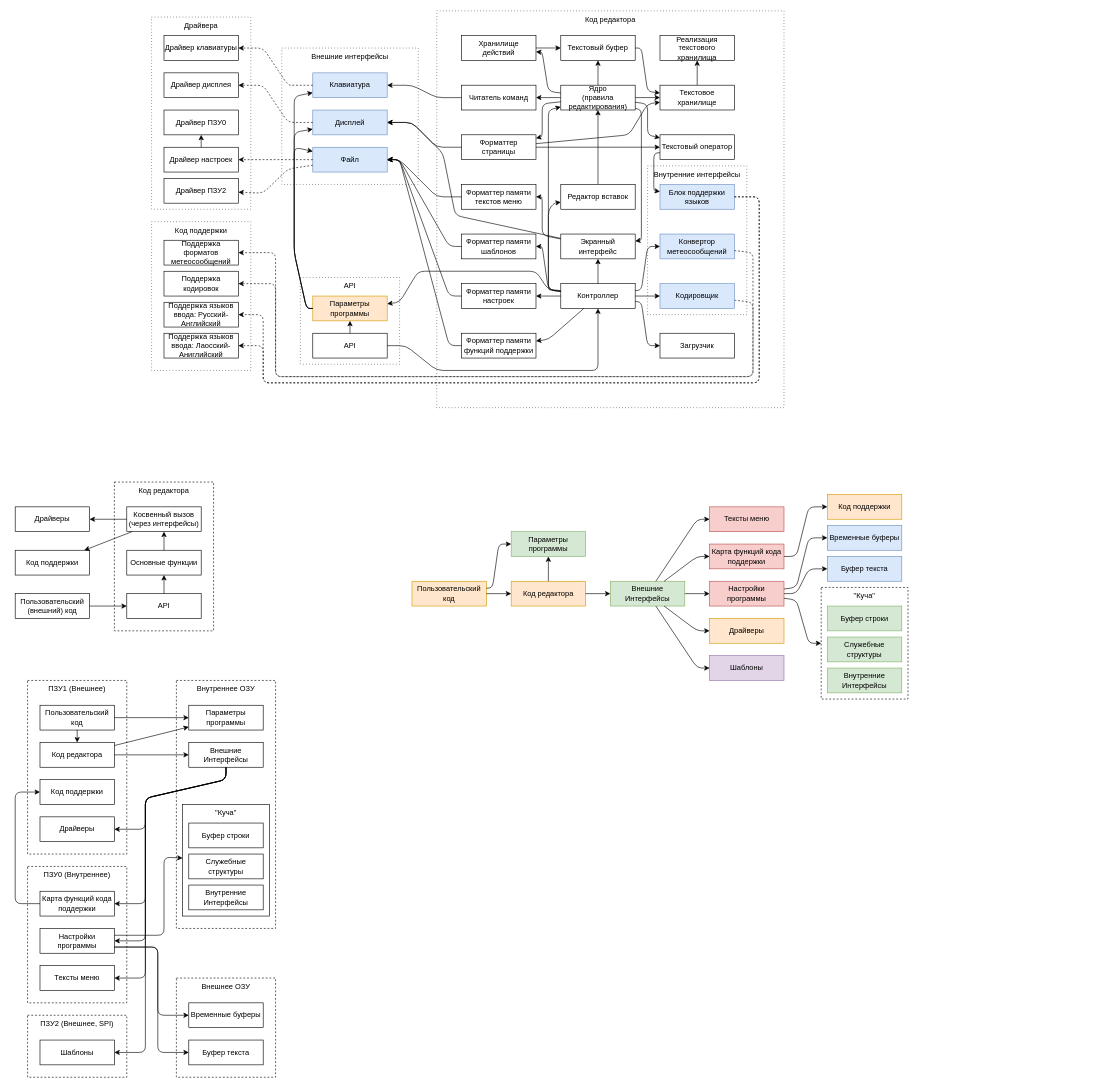
Above: page "Модули" (9 of 11) of _Doc/LPM_class_component_diagram.drawio in Teslatec/LPM_Editor (draw.io), before the change. Source tidied: cells renumbered, new cells numbered last; positions are measured from the earlier drawing's top-left corner, leaving out a move shared by most shapes. Both pictures are drawn from the tidied source at 62%, with x=0, y=0 at pixel (15, 11).
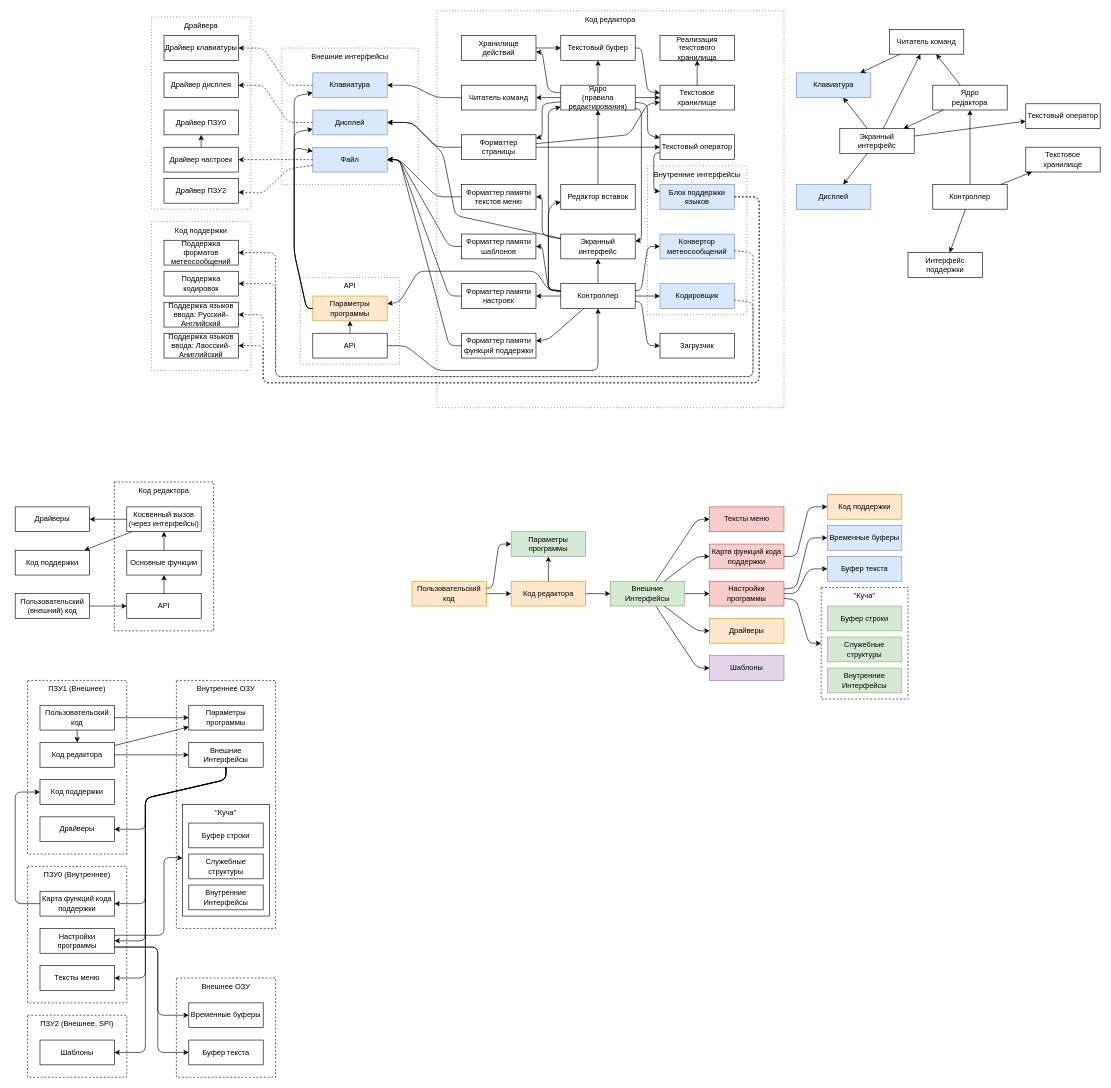
After the change.

The edit, as a diff of the source:
```diff
@@
+    <mxCell id="163" value="Текстовый оператор" style="rounded=0;whiteSpace=wrap;html=1;fontStyle=0;" parent="1" vertex="1">
+      <mxGeometry x="1630" y="149.9" width="120" height="40" as="geometry" />
+    </mxCell>
+    <mxCell id="164" value="Текстовое хранилище" style="rounded=0;whiteSpace=wrap;html=1;fontStyle=0;" parent="1" vertex="1">
+      <mxGeometry x="1630" y="219.9" width="120" height="40" as="geometry" />
+    </mxCell>
+    <mxCell id="165" value="Ядро&lt;br&gt;редактора" style="rounded=0;whiteSpace=wrap;html=1;fontStyle=0;" parent="1" vertex="1">
+      <mxGeometry x="1480" y="119.9" width="120" height="40" as="geometry" />
+    </mxCell>
+    <mxCell id="166" value="Контроллер" style="rounded=0;whiteSpace=wrap;html=1;fontStyle=0;" parent="1" vertex="1">
+      <mxGeometry x="1480" y="279.9" width="120" height="40" as="geometry" />
+    </mxCell>
+    <mxCell id="167" value="Экранный интерфейс" style="rounded=0;whiteSpace=wrap;html=1;fontStyle=0;" parent="1" vertex="1">
+      <mxGeometry x="1330" y="190" width="120" height="40" as="geometry" />
+    </mxCell>
+    <mxCell id="168" value="Интерфейс поддержки" style="rounded=0;whiteSpace=wrap;html=1;fontStyle=0;" parent="1" vertex="1">
+      <mxGeometry x="1440" y="389.9" width="120" height="40" as="geometry" />
+    </mxCell>
+    <mxCell id="169" style="endArrow=classic;html=1;" parent="1" edge="1" source="166" target="165">
+      <mxGeometry relative="1" as="geometry" />
+    </mxCell>
+    <mxCell id="170" style="endArrow=classic;html=1;" parent="1" edge="1" source="166" target="164">
+      <mxGeometry relative="1" as="geometry" />
+    </mxCell>
+    <mxCell id="171" style="endArrow=classic;html=1;" parent="1" edge="1" source="167" target="163">
+      <mxGeometry relative="1" as="geometry" />
+    </mxCell>
+    <mxCell id="172" style="endArrow=classic;html=1;" parent="1" edge="1" source="165" target="167">
+      <mxGeometry relative="1" as="geometry" />
+    </mxCell>
+    <mxCell id="173" value="Дисплей" style="rounded=0;whiteSpace=wrap;html=1;fontStyle=0;fillColor=#dae8fc;strokeColor=#6c8ebf;" parent="1" vertex="1">
+      <mxGeometry x="1260" y="280" width="120" height="40" as="geometry" />
+    </mxCell>
+    <mxCell id="174" style="endArrow=classic;html=1;" parent="1" edge="1" source="167" target="173">
+      <mxGeometry relative="1" as="geometry" />
+    </mxCell>
+    <mxCell id="175" value="Клавиатура" style="rounded=0;whiteSpace=wrap;html=1;fontStyle=0;fillColor=#dae8fc;strokeColor=#6c8ebf;" parent="1" vertex="1">
+      <mxGeometry x="1260" y="100" width="120" height="40" as="geometry" />
+    </mxCell>
+    <mxCell id="176" style="endArrow=classic;html=1;" parent="1" edge="1" source="167" target="175">
+      <mxGeometry relative="1" as="geometry" />
+    </mxCell>
+    <mxCell id="177" style="endArrow=classic;html=1;" parent="1" edge="1" source="178" target="175">
+      <mxGeometry relative="1" as="geometry" />
+    </mxCell>
+    <mxCell id="178" value="Читатель команд" style="rounded=0;whiteSpace=wrap;html=1;fontStyle=0;" parent="1" vertex="1">
+      <mxGeometry x="1410" y="29.9" width="120" height="40" as="geometry" />
+    </mxCell>
+    <mxCell id="179" style="endArrow=classic;html=1;" parent="1" edge="1" source="167" target="178">
+      <mxGeometry relative="1" as="geometry" />
+    </mxCell>
+    <mxCell id="180" style="endArrow=classic;html=1;" parent="1" edge="1" source="165" target="178">
+      <mxGeometry relative="1" as="geometry" />
+    </mxCell>
+    <mxCell id="181" style="endArrow=classic;html=1;" parent="1" edge="1" source="166" target="168">
+      <mxGeometry relative="1" as="geometry" />
+    </mxCell>
```
